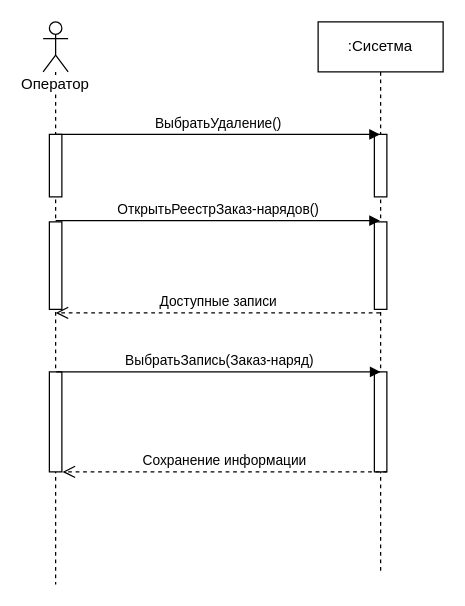
Above: Lab3/Бугаков/2Прецедент.drawio in denissfloww/Information-systems-design (draw.io), before the change. Source tidied: cells renumbered, new cells numbered last; positions are measured from the earlier drawing's top-left corner, leaving out a move shared by most shapes. Both pictures are drawn from the tidied source at 125%, with x=0, y=0 at pixel (42, 21).
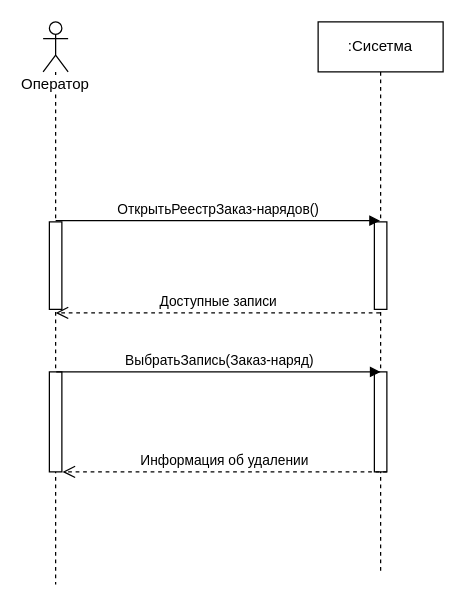
After the change.

What changed in the source:
```diff
@@
 <mxGraphModel>
   <root>
     <mxCell id="0" />
     <mxCell id="1" parent="0" />
     <mxCell id="2" value="Оператор" style="shape=umlLifeline;participant=umlActor;perimeter=lifelinePerimeter;whiteSpace=wrap;html=1;verticalAlign=top;spacingTop=36;labelBackgroundColor=#ffffff;" parent="1" vertex="1">
       <mxGeometry width="20" height="450" as="geometry" />
     </mxCell>
-    <mxCell id="3" style="html=1;points=[];perimeter=orthogonalPerimeter;" parent="2" vertex="1">
-      <mxGeometry x="5" y="90" width="10" height="50" as="geometry" />
-    </mxCell>
     <mxCell id="4" style="html=1;points=[];perimeter=orthogonalPerimeter;" parent="2" vertex="1">
       <mxGeometry x="5" y="160" width="10" height="70" as="geometry" />
     </mxCell>
     <mxCell id="5" style="html=1;perimeter=orthogonalPerimeter;" parent="2" vertex="1">
       <mxGeometry x="5" y="280" width="10" height="80" as="geometry" />
     </mxCell>
     <mxCell id="6" value=":Сисетма" style="shape=umlLifeline;perimeter=lifelinePerimeter;whiteSpace=wrap;html=1;outlineConnect=0;" parent="1" vertex="1">
       <mxGeometry x="220" width="100" height="440" as="geometry" />
     </mxCell>
-    <mxCell id="7" style="html=1;perimeter=orthogonalPerimeter;" parent="6" vertex="1">
-      <mxGeometry x="45" y="90" width="10" height="50" as="geometry" />
-    </mxCell>
     <mxCell id="8" style="html=1;perimeter=orthogonalPerimeter;" parent="6" vertex="1">
       <mxGeometry x="45" y="160" width="10" height="70" as="geometry" />
     </mxCell>
     <mxCell id="9" style="html=1;perimeter=orthogonalPerimeter;" parent="6" vertex="1">
       <mxGeometry x="45" y="280" width="10" height="80" as="geometry" />
     </mxCell>
-    <mxCell id="10" value="ВыбратьУдаление()" style="html=1;verticalAlign=bottom;endArrow=block;exitX=0.5;exitY=0;exitDx=0;exitDy=0;exitPerimeter=0;" parent="1" edge="1" source="3" target="6">
-      <mxGeometry relative="1" as="geometry" />
-    </mxCell>
     <mxCell id="11" value="ОткрытьРеестрЗаказ-нарядов()" style="html=1;verticalAlign=bottom;endArrow=block;exitX=0.5;exitY=0;exitDx=0;exitDy=0;exitPerimeter=0;" parent="1" edge="1">
       <mxGeometry relative="1" as="geometry">
         <mxPoint x="10" y="159" as="sourcePoint" />
         <mxPoint x="269.5" y="159" as="targetPoint" />
       </mxGeometry>
     </mxCell>
     <mxCell id="12" value="Доступные записи" style="html=1;verticalAlign=bottom;endArrow=open;dashed=1;endSize=8;entryX=0.5;entryY=1.04;entryDx=0;entryDy=0;entryPerimeter=0;" parent="1" edge="1" source="6" target="4">
       <mxGeometry relative="1" as="geometry" />
     </mxCell>
     <mxCell id="13" value="ВыбратьЗапись(Заказ-наряд)" style="html=1;verticalAlign=bottom;endArrow=block;exitX=0.5;exitY=0;exitDx=0;exitDy=0;exitPerimeter=0;" parent="1" edge="1">
       <mxGeometry relative="1" as="geometry">
         <mxPoint x="10.5" y="280" as="sourcePoint" />
         <mxPoint x="270" y="280" as="targetPoint" />
       </mxGeometry>
     </mxCell>
-    <mxCell id="14" value="Сохранение информации" style="html=1;verticalAlign=bottom;endArrow=open;dashed=1;endSize=8;entryX=0.5;entryY=1.04;entryDx=0;entryDy=0;entryPerimeter=0;" parent="1" edge="1">
+    <mxCell id="14" value="Информация об удалении" style="html=1;verticalAlign=bottom;endArrow=open;dashed=1;endSize=8;entryX=0.5;entryY=1.04;entryDx=0;entryDy=0;entryPerimeter=0;" parent="1" edge="1">
       <mxGeometry relative="1" as="geometry">
         <mxPoint x="275" y="360" as="sourcePoint" />
         <mxPoint x="15.5" y="360" as="targetPoint" />
       </mxGeometry>
     </mxCell>
   </root>
 </mxGraphModel>
```
